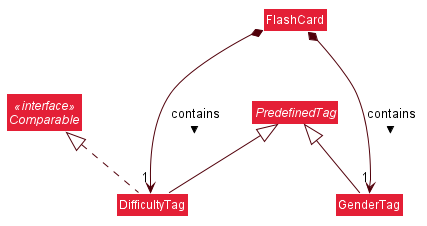
The PlantUML diagram docs/images/PredefinedTagClassDiagram.png in zhizhizhizhizhi/tp, before a commit.
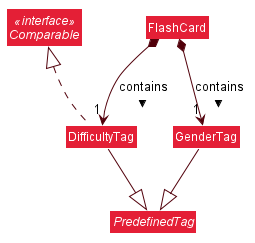
The same file after the commit.

What changed in the source:
```diff
@@ -60,6 +60,7 @@
     {static} +FEMININE_GENDER_TAG
     {static} +NEUTRAL_GENDER_TAG
     {static} +NONE_GENDER_TAG
+
     +isValidGenderTag(String) : boolean
 }
 
@@ -73,12 +74,12 @@
 
 class FlashCard
 
-PredefinedTag <|-- DifficultyTag
-PredefinedTag <|-- GenderTag
 FlashCard *--> "1" DifficultyTag : > contains
 FlashCard *--> "1" GenderTag : > contains
 Comparable <|.. DifficultyTag
-FlashCard -[hidden]-> PredefinedTag
+DifficultyTag --|> PredefinedTag
+GenderTag --|> PredefinedTag
+
 
 
 
```
